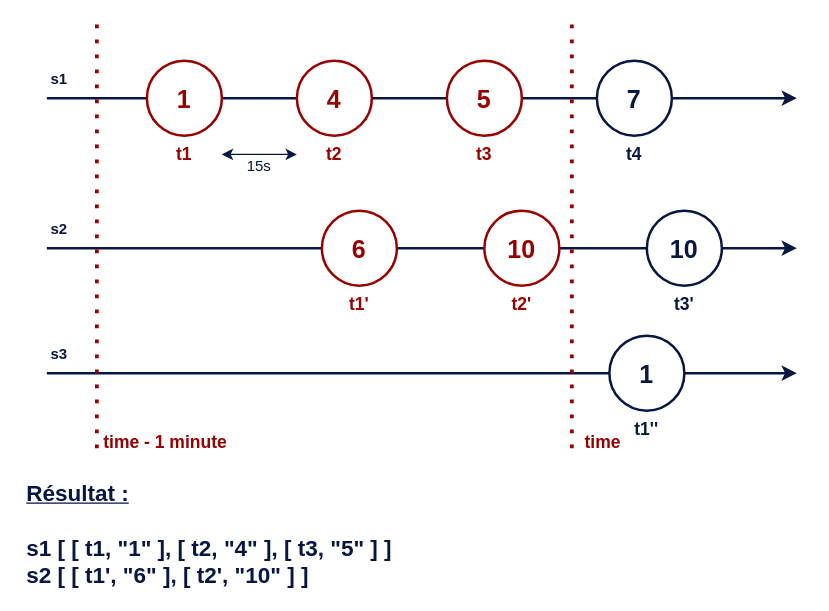
This is page "Page-15" (8 of 23) of prometheus.drawio from oliv37/prometheus-article, a draw.io file, before an edit. Source tidied: cells renumbered, new cells numbered last; positions are measured from the earlier drawing's top-left corner, leaving out a move shared by most shapes. Both pictures are drawn from the tidied source at 125%, with x=0, y=0 at pixel (21, 22).
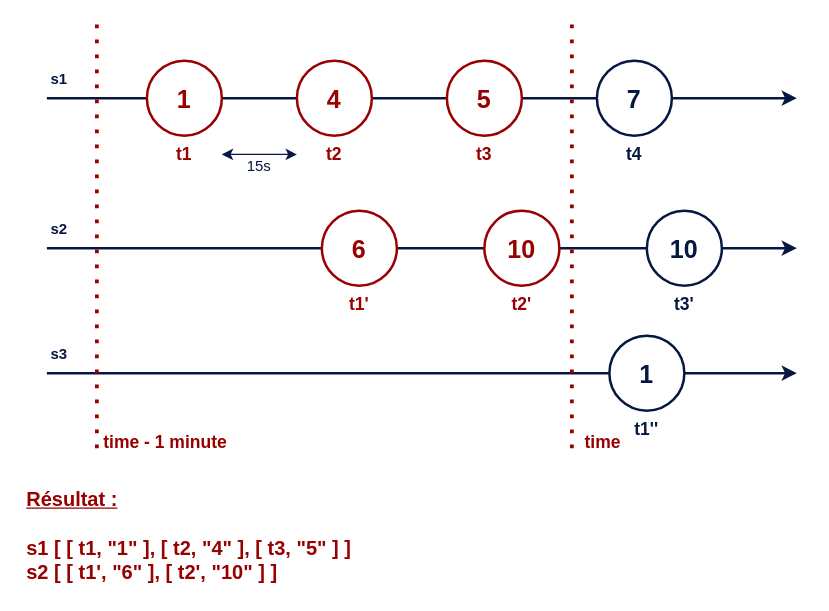
After the change.

Diff of the diagram source:
```diff
@@
-    <mxCell id="26" value="&lt;div style=&quot;font-size: 18px;&quot;&gt;&lt;b style=&quot;font-size: 18px;&quot;&gt;&lt;u style=&quot;font-size: 18px;&quot;&gt;Résultat :&lt;/u&gt;&lt;/b&gt;&lt;/div&gt;&lt;div style=&quot;font-size: 18px;&quot;&gt;&lt;b style=&quot;font-size: 18px;&quot;&gt;&lt;br style=&quot;font-size: 18px;&quot;&gt;&lt;/b&gt;&lt;/div&gt;&lt;div style=&quot;font-size: 18px;&quot;&gt;&lt;b style=&quot;font-size: 18px;&quot;&gt;s1 [ [ t1, &quot;1&quot; ], [&lt;/b&gt;&lt;b style=&quot;font-size: 18px;&quot;&gt;&lt;b style=&quot;font-size: 18px;&quot;&gt; t2, &quot;4&quot; &lt;/b&gt;], [ &lt;/b&gt;&lt;b style=&quot;font-size: 18px;&quot;&gt;&lt;b style=&quot;font-size: 18px;&quot;&gt;t3, &quot;5&quot;&lt;/b&gt; ] ]&lt;/b&gt;&lt;/div&gt;&lt;div style=&quot;font-size: 18px;&quot;&gt;&lt;b style=&quot;font-size: 18px;&quot;&gt;s2 [ [ t1', &quot;6&quot; ], [ &lt;/b&gt;&lt;b style=&quot;font-size: 18px;&quot;&gt;&lt;b style=&quot;font-size: 18px;&quot;&gt;t2', &quot;10&quot; &lt;/b&gt;] ]&lt;br style=&quot;font-size: 18px;&quot;&gt;&lt;/b&gt;&lt;/div&gt;" style="text;strokeColor=none;align=left;fillColor=none;html=1;verticalAlign=middle;whiteSpace=wrap;rounded=0;fontColor=#051742;fontSize=18;spacingTop=2;spacingLeft=2;spacingBottom=2;spacingRight=2;" parent="1" vertex="1">
+    <mxCell id="26" value="&lt;div style=&quot;font-size: 16px;&quot;&gt;&lt;font style=&quot;font-size: 16px;&quot; color=&quot;#990000&quot;&gt;&lt;b style=&quot;&quot;&gt;&lt;u style=&quot;&quot;&gt;Résultat :&lt;/u&gt;&lt;/b&gt;&lt;/font&gt;&lt;/div&gt;&lt;div style=&quot;font-size: 16px;&quot;&gt;&lt;font style=&quot;font-size: 16px;&quot; color=&quot;#990000&quot;&gt;&lt;b style=&quot;&quot;&gt;&lt;br style=&quot;&quot;&gt;&lt;/b&gt;&lt;/font&gt;&lt;/div&gt;&lt;div style=&quot;font-size: 16px;&quot;&gt;&lt;font style=&quot;font-size: 16px;&quot; color=&quot;#990000&quot;&gt;&lt;b style=&quot;&quot;&gt;s1 [ [ t1, &quot;1&quot; ], [&lt;/b&gt;&lt;b style=&quot;&quot;&gt;&lt;b style=&quot;&quot;&gt; t2, &quot;4&quot; &lt;/b&gt;], [ &lt;/b&gt;&lt;b style=&quot;&quot;&gt;&lt;b style=&quot;&quot;&gt;t3, &quot;5&quot;&lt;/b&gt; ] ]&lt;/b&gt;&lt;/font&gt;&lt;/div&gt;&lt;div style=&quot;font-size: 16px;&quot;&gt;&lt;font style=&quot;font-size: 16px;&quot; color=&quot;#990000&quot;&gt;&lt;b style=&quot;&quot;&gt;s2 [ [ t1', &quot;6&quot; ], [ &lt;/b&gt;&lt;b style=&quot;&quot;&gt;&lt;b style=&quot;&quot;&gt;t2', &quot;10&quot; &lt;/b&gt;] ]&lt;br style=&quot;&quot;&gt;&lt;/b&gt;&lt;/font&gt;&lt;/div&gt;" style="text;strokeColor=none;align=left;fillColor=none;html=1;verticalAlign=middle;whiteSpace=wrap;rounded=0;fontColor=#051742;fontSize=18;spacingTop=2;spacingLeft=2;spacingBottom=2;spacingRight=2;" parent="1" vertex="1">
       <mxGeometry y="370" width="330" height="80" as="geometry" />
     </mxCell>
```
